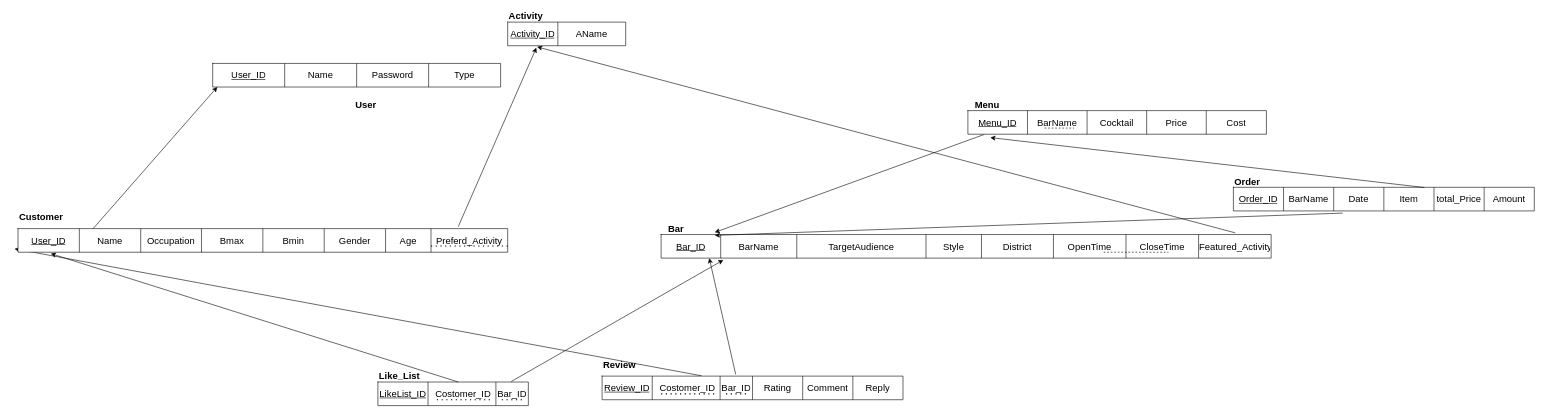
tp12356twNccu/Database_NCCU keeps this draw.io diagram as page "final" (2 of 2) of DBDesign.drawio. Above is the earlier version. Source tidied: cells renumbered, new cells numbered last; positions are measured from the earlier drawing's top-left corner, leaving out a move shared by most shapes. Both pictures are drawn from the tidied source at 59%, with x=0, y=0 at pixel (18, 10).
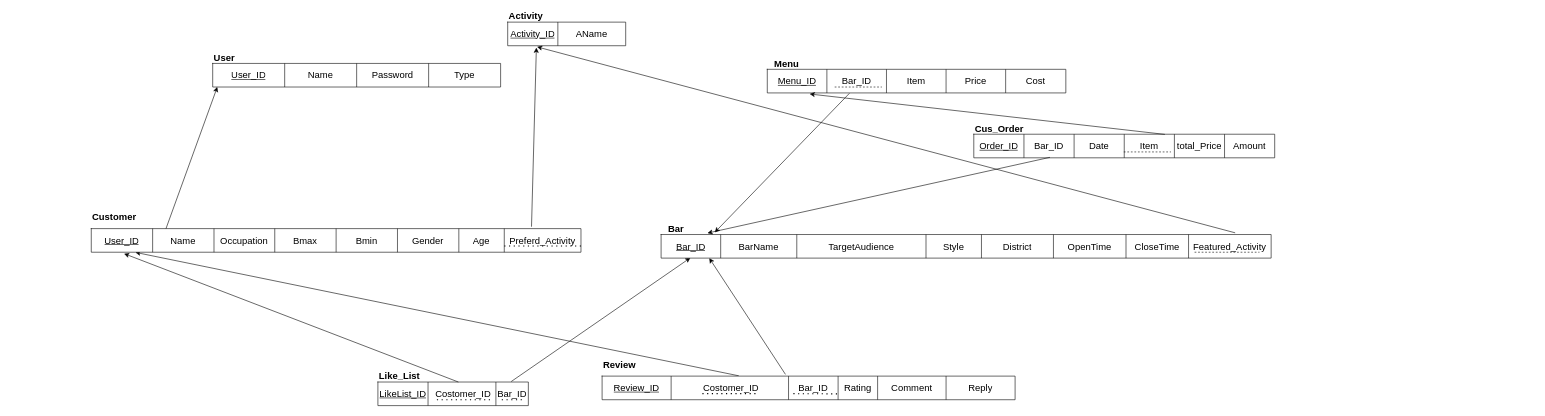
Above is the later version.

The change refers to these unchanged cells:
```xml
<mxCell id="15" style="shape=tableRow;horizontal=0;startSize=0;swimlaneHead=0;swimlaneBody=0;strokeColor=inherit;top=0;left=0;bottom=0;right=0;fillColor=none;points=[[0,0.5],[1,0.5]];portConstraint=eastwest;fontSize=16;" parent="14" vertex="1">
  <mxGeometry width="255" height="40" as="geometry" />
</mxCell>
<mxCell id="41" style="shape=tableRow;horizontal=0;startSize=0;swimlaneHead=0;swimlaneBody=0;strokeColor=inherit;top=0;left=0;bottom=0;right=0;fillColor=none;points=[[0,0.5],[1,0.5]];portConstraint=eastwest;fontSize=16;" parent="40" vertex="1">
  <mxGeometry width="1034" height="40" as="geometry" />
</mxCell>
<mxCell id="55" style="shape=tableRow;horizontal=0;startSize=0;swimlaneHead=0;swimlaneBody=0;strokeColor=inherit;top=0;left=0;bottom=0;right=0;fillColor=none;points=[[0,0.5],[1,0.5]];portConstraint=eastwest;fontSize=16;" parent="54" vertex="1">
  <mxGeometry width="506" height="40" as="geometry" />
</mxCell>
<mxCell id="63" style="shape=tableRow;horizontal=0;startSize=0;swimlaneHead=0;swimlaneBody=0;strokeColor=inherit;top=0;left=0;bottom=0;right=0;fillColor=none;points=[[0,0.5],[1,0.5]];portConstraint=eastwest;fontSize=16;" parent="62" vertex="1">
  <mxGeometry width="510" height="40" as="geometry" />
</mxCell>
<mxCell id="74" style="shape=tableRow;horizontal=0;startSize=0;swimlaneHead=0;swimlaneBody=0;strokeColor=inherit;top=0;left=0;bottom=0;right=0;fillColor=none;points=[[0,0.5],[1,0.5]];portConstraint=eastwest;fontSize=16;" parent="73" vertex="1">
  <mxGeometry width="830" height="40" as="geometry" />
</mxCell>
```

Change to the diagram source:
```diff
@@
     <mxCell id="8" value="User" style="text;strokeColor=none;fillColor=none;html=1;fontSize=16;fontStyle=1;verticalAlign=middle;align=left;" parent="1" vertex="1">
-      <mxGeometry x="570" y="150" width="60" height="20" as="geometry" />
+      <mxGeometry x="330" y="70" width="60" height="20" as="geometry" />
     </mxCell>
     <mxCell id="9" value="Customer" style="text;strokeColor=none;fillColor=none;html=1;fontSize=16;fontStyle=1;verticalAlign=middle;align=left;" parent="1" vertex="1">
-      <mxGeometry y="340" width="60" height="20" as="geometry" />
+      <mxGeometry x="124.2" y="340" width="60" height="20" as="geometry" />
     </mxCell>
@@
-    <mxCell id="11" style="rounded=0;jettySize=auto;html=1;exitX=0.331;exitY=-0.013;exitDx=0;exitDy=0;exitPerimeter=0;entryX=-0.007;entryY=0.855;entryDx=0;entryDy=0;entryPerimeter=0;" parent="1" edge="1" source="25" target="74">
+    <mxCell id="11" style="rounded=0;jettySize=auto;html=1;exitX=0.331;exitY=-0.013;exitDx=0;exitDy=0;exitPerimeter=0;entryX=0.09;entryY=1.005;entryDx=0;entryDy=0;entryPerimeter=0;" parent="1" edge="1" source="25" target="74">
       <mxGeometry relative="1" as="geometry" />
     </mxCell>
@@
-    <mxCell id="23" style="endArrow=classic;html=1;rounded=0;exitX=0.886;exitY=-0.02;exitDx=0;exitDy=0;exitPerimeter=0;entryX=0.102;entryY=1.08;entryDx=0;entryDy=0;entryPerimeter=0;" parent="1" edge="1" source="15" target="41">
+    <mxCell id="23" style="endArrow=classic;html=1;rounded=0;exitX=0.886;exitY=-0.02;exitDx=0;exitDy=0;exitPerimeter=0;entryX=0.048;entryY=0.987;entryDx=0;entryDy=0;entryPerimeter=0;" parent="1" edge="1" source="15" target="41">
       <mxGeometry relative="1" as="geometry" />
     </mxCell>
     <mxCell id="24" style="shape=table;startSize=0;childLayout=tableLayout;fontSize=12;" parent="1" vertex="1">
-      <mxGeometry x="990" y="620" width="510" height="40" as="geometry" />
+      <mxGeometry x="990" y="620" width="700" height="40" as="geometry" />
     </mxCell>
     <mxCell id="25" style="shape=tableRow;horizontal=0;startSize=0;swimlaneHead=0;swimlaneBody=0;strokeColor=inherit;top=0;left=0;bottom=0;right=0;fillColor=none;points=[[0,0.5],[1,0.5]];portConstraint=eastwest;fontSize=16;" parent="24" vertex="1">
-      <mxGeometry width="510" height="40" as="geometry" />
+      <mxGeometry width="700" height="40" as="geometry" />
     </mxCell>
     <mxCell id="26" value="Review_ID" style="shape=partialRectangle;html=1;whiteSpace=wrap;strokeColor=inherit;overflow=hidden;fillColor=none;top=0;left=0;bottom=0;right=0;fontSize=16;fontStyle=4;" parent="25" vertex="1">
-      <mxGeometry width="85" height="40" as="geometry" />
+      <mxGeometry width="117" height="40" as="geometry" />
     </mxCell>
     <mxCell id="27" value="&amp;nbsp;Costomer_ID" style="shape=partialRectangle;html=1;whiteSpace=wrap;strokeColor=inherit;overflow=hidden;fillColor=none;top=0;left=0;bottom=0;right=0;fontSize=16;" parent="25" vertex="1">
-      <mxGeometry x="85" width="115" height="40" as="geometry" />
+      <mxGeometry x="117" width="199" height="40" as="geometry" />
     </mxCell>
     <mxCell id="28" value="Bar_ID" style="shape=partialRectangle;html=1;whiteSpace=wrap;strokeColor=inherit;overflow=hidden;fillColor=none;top=0;left=0;bottom=0;right=0;fontSize=16;" parent="25" vertex="1">
-      <mxGeometry x="200" width="55" height="40" as="geometry" />
+      <mxGeometry x="316" width="84" height="40" as="geometry" />
     </mxCell>
     <mxCell id="29" value="Rating" style="shape=partialRectangle;html=1;whiteSpace=wrap;strokeColor=inherit;overflow=hidden;fillColor=none;top=0;left=0;bottom=0;right=0;fontSize=16;" parent="25" vertex="1">
-      <mxGeometry x="255" width="85" height="40" as="geometry" />
+      <mxGeometry x="400" width="67" height="40" as="geometry" />
     </mxCell>
     <mxCell id="30" value="Comment" style="shape=partialRectangle;html=1;whiteSpace=wrap;strokeColor=inherit;overflow=hidden;fillColor=none;top=0;left=0;bottom=0;right=0;fontSize=16;" parent="25" vertex="1">
-      <mxGeometry x="340" width="85" height="40" as="geometry" />
+      <mxGeometry x="467" width="116" height="40" as="geometry" />
     </mxCell>
     <mxCell id="31" value="Reply" style="shape=partialRectangle;html=1;whiteSpace=wrap;strokeColor=inherit;overflow=hidden;fillColor=none;top=0;left=0;bottom=0;right=0;fontSize=16;" parent="25" vertex="1">
-      <mxGeometry x="425" width="85" height="40" as="geometry" />
+      <mxGeometry x="583" width="117" height="40" as="geometry" />
     </mxCell>
     <mxCell id="32" style="endArrow=none;dashed=1;html=1;dashPattern=1 3;strokeWidth=2;rounded=0;" parent="1" edge="1">
       <mxGeometry relative="1" as="geometry">
-        <mxPoint x="1090" y="650" as="sourcePoint" />
-        <mxPoint x="1180" y="650" as="targetPoint" />
+        <mxPoint x="1160" y="649.6" as="sourcePoint" />
+        <mxPoint x="1250" y="649.6" as="targetPoint" />
       </mxGeometry>
     </mxCell>
-    <mxCell id="33" style="endArrow=none;dashed=1;html=1;dashPattern=1 3;strokeWidth=2;rounded=0;" parent="1" edge="1">
-      <mxGeometry relative="1" as="geometry">
-        <mxPoint x="1200" y="650" as="sourcePoint" />
-        <mxPoint x="1240" y="650" as="targetPoint" />
-      </mxGeometry>
-    </mxCell>
@@
     <mxCell id="48" value="CloseTime" style="shape=partialRectangle;html=1;whiteSpace=wrap;strokeColor=inherit;overflow=hidden;fillColor=none;top=0;left=0;bottom=0;right=0;fontSize=16;" parent="41" vertex="1">
-      <mxGeometry x="788" width="123" height="40" as="geometry" />
+      <mxGeometry x="788" width="106" height="40" as="geometry" />
     </mxCell>
     <mxCell id="49" value="Featured_Activity" style="shape=partialRectangle;html=1;whiteSpace=wrap;strokeColor=inherit;overflow=hidden;fillColor=none;top=0;left=0;bottom=0;right=0;fontSize=16;" parent="41" vertex="1">
-      <mxGeometry x="911" width="123" height="40" as="geometry" />
+      <mxGeometry x="894" width="140" height="40" as="geometry" />
     </mxCell>
@@
     <mxCell id="51" style="endArrow=none;dashed=1;html=1;rounded=0;" parent="1" edge="1">
       <mxGeometry relative="1" as="geometry">
-        <mxPoint x="1840" y="410" as="sourcePoint" />
-        <mxPoint x="1950" y="410" as="targetPoint" />
+        <mxPoint x="1994.2" y="410" as="sourcePoint" />
+        <mxPoint x="2104.2" y="410" as="targetPoint" />
       </mxGeometry>
     </mxCell>
-    <mxCell id="52" style="endArrow=classic;html=1;rounded=0;strokeColor=default;align=center;verticalAlign=middle;fontFamily=Helvetica;fontSize=11;fontColor=default;labelBackgroundColor=default;entryX=0.088;entryY=-0.092;entryDx=0;entryDy=0;entryPerimeter=0;exitX=0.055;exitY=1.008;exitDx=0;exitDy=0;exitPerimeter=0;" parent="1" edge="1" source="55" target="41">
+    <mxCell id="52" style="endArrow=classic;html=1;rounded=0;strokeColor=default;align=center;verticalAlign=middle;fontFamily=Helvetica;fontSize=11;fontColor=default;labelBackgroundColor=default;entryX=0.088;entryY=-0.092;entryDx=0;entryDy=0;entryPerimeter=0;exitX=0.275;exitY=1.018;exitDx=0;exitDy=0;exitPerimeter=0;" parent="1" edge="1" source="55" target="41">
       <mxGeometry relative="1" as="geometry" />
     </mxCell>
     <mxCell id="53" value="Menu" style="text;strokeColor=none;fillColor=none;html=1;fontSize=16;fontStyle=1;verticalAlign=middle;align=left;" parent="1" vertex="1">
-      <mxGeometry x="1620" y="150" width="60" height="20" as="geometry" />
+      <mxGeometry x="1280" y="80" width="60" height="20" as="geometry" />
     </mxCell>
     <mxCell id="54" style="shape=table;startSize=0;childLayout=tableLayout;fontSize=16;" parent="1" vertex="1">
-      <mxGeometry x="1610" y="170" width="506" height="40" as="geometry" />
+      <mxGeometry x="1270" y="100" width="506" height="40" as="geometry" />
     </mxCell>
@@
-    <mxCell id="57" value="BarName" style="shape=partialRectangle;html=1;whiteSpace=wrap;strokeColor=inherit;overflow=hidden;fillColor=none;top=0;left=0;bottom=0;right=0;fontSize=16;" parent="55" vertex="1">
+    <mxCell id="57" value="Bar_ID" style="shape=partialRectangle;html=1;whiteSpace=wrap;strokeColor=inherit;overflow=hidden;fillColor=none;top=0;left=0;bottom=0;right=0;fontSize=16;" parent="55" vertex="1">
       <mxGeometry x="101" width="101" height="40" as="geometry" />
     </mxCell>
-    <mxCell id="58" value="Cocktail" style="shape=partialRectangle;html=1;whiteSpace=wrap;strokeColor=inherit;overflow=hidden;fillColor=none;top=0;left=0;bottom=0;right=0;fontSize=16;" parent="55" vertex="1">
+    <mxCell id="58" value="Item" style="shape=partialRectangle;html=1;whiteSpace=wrap;strokeColor=inherit;overflow=hidden;fillColor=none;top=0;left=0;bottom=0;right=0;fontSize=16;" parent="55" vertex="1">
       <mxGeometry x="202" width="101" height="40" as="geometry" />
     </mxCell>
@@
     <mxCell id="61" style="endArrow=none;dashed=1;html=1;rounded=0;strokeColor=default;align=center;verticalAlign=middle;fontFamily=Helvetica;fontSize=11;fontColor=default;labelBackgroundColor=default;" parent="1" edge="1">
       <mxGeometry relative="1" as="geometry">
-        <mxPoint x="1740" y="199.6" as="sourcePoint" />
-        <mxPoint x="1790" y="199.6" as="targetPoint" />
+        <mxPoint x="1724.2" y="240" as="sourcePoint" />
+        <mxPoint x="1774.2" y="240" as="targetPoint" />
       </mxGeometry>
     </mxCell>
     <mxCell id="62" style="shape=table;startSize=0;childLayout=tableLayout;fontSize=16;" parent="1" vertex="1">
-      <mxGeometry x="2060" y="300" width="510" height="40" as="geometry" />
+      <mxGeometry x="1620" y="210" width="510" height="40" as="geometry" />
     </mxCell>
@@
-    <mxCell id="65" value="BarName" style="shape=partialRectangle;html=1;whiteSpace=wrap;strokeColor=inherit;overflow=hidden;fillColor=none;top=0;left=0;bottom=0;right=0;fontSize=16;" parent="63" vertex="1">
+    <mxCell id="65" value="Bar_ID" style="shape=partialRectangle;html=1;whiteSpace=wrap;strokeColor=inherit;overflow=hidden;fillColor=none;top=0;left=0;bottom=0;right=0;fontSize=16;" parent="63" vertex="1">
       <mxGeometry x="85" width="85" height="40" as="geometry" />
     </mxCell>
@@
-    <mxCell id="70" value="Order" style="text;strokeColor=none;fillColor=none;html=1;fontSize=16;fontStyle=1;verticalAlign=middle;align=left;" parent="1" vertex="1">
-      <mxGeometry x="2060" y="280" width="60" height="20" as="geometry" />
+    <mxCell id="70" value="Cus_Order" style="text;strokeColor=none;fillColor=none;html=1;fontSize=16;fontStyle=1;verticalAlign=middle;align=left;" parent="1" vertex="1">
+      <mxGeometry x="1620" y="190" width="60" height="20" as="geometry" />
     </mxCell>
-    <mxCell id="71" style="endArrow=classic;html=1;rounded=0;strokeColor=default;align=center;verticalAlign=middle;fontFamily=Helvetica;fontSize=11;fontColor=default;labelBackgroundColor=default;exitX=0.363;exitY=1.093;exitDx=0;exitDy=0;exitPerimeter=0;entryX=0.088;entryY=0.036;entryDx=0;entryDy=0;entryPerimeter=0;" parent="1" edge="1" source="63" target="41">
+    <mxCell id="71" style="endArrow=classic;html=1;rounded=0;strokeColor=default;align=center;verticalAlign=middle;fontFamily=Helvetica;fontSize=11;fontColor=default;labelBackgroundColor=default;exitX=0.253;exitY=0.98;exitDx=0;exitDy=0;exitPerimeter=0;entryX=0.076;entryY=-0.061;entryDx=0;entryDy=0;entryPerimeter=0;" parent="1" edge="1" source="63" target="41">
       <mxGeometry relative="1" as="geometry" />
     </mxCell>
-    <mxCell id="72" style="endArrow=classic;html=1;rounded=0;strokeColor=default;align=center;verticalAlign=middle;fontFamily=Helvetica;fontSize=11;fontColor=default;labelBackgroundColor=default;exitX=0.635;exitY=0.007;exitDx=0;exitDy=0;exitPerimeter=0;entryX=0.075;entryY=1.143;entryDx=0;entryDy=0;entryPerimeter=0;" parent="1" edge="1" source="63" target="55">
+    <mxCell id="72" style="endArrow=classic;html=1;rounded=0;strokeColor=default;align=center;verticalAlign=middle;fontFamily=Helvetica;fontSize=11;fontColor=default;labelBackgroundColor=default;exitX=0.635;exitY=0.007;exitDx=0;exitDy=0;exitPerimeter=0;entryX=0.142;entryY=1.045;entryDx=0;entryDy=0;entryPerimeter=0;" parent="1" edge="1" source="63" target="55">
       <mxGeometry relative="1" as="geometry" />
     </mxCell>
     <mxCell id="73" style="shape=table;startSize=0;childLayout=tableLayout;fontSize=12;" parent="1" vertex="1">
-      <mxGeometry y="370" width="830" height="40" as="geometry" />
+      <mxGeometry x="124.2" y="370" width="830" height="40" as="geometry" />
     </mxCell>
@@
     <mxCell id="83" style="endArrow=none;dashed=1;html=1;rounded=0;dashPattern=1 3;strokeWidth=2;" parent="1" edge="1">
       <mxGeometry relative="1" as="geometry">
-        <mxPoint x="700" y="399.5" as="sourcePoint" />
-        <mxPoint x="830" y="399.5" as="targetPoint" />
+        <mxPoint x="824.2" y="399.5" as="sourcePoint" />
+        <mxPoint x="954.2" y="399.5" as="targetPoint" />
       </mxGeometry>
     </mxCell>
@@
+    <mxCell id="85" style="endArrow=none;dashed=1;html=1;rounded=0;" parent="1" edge="1">
+      <mxGeometry relative="1" as="geometry">
+        <mxPoint x="1874.2" y="240" as="sourcePoint" />
+        <mxPoint x="1954.2" y="240" as="targetPoint" />
+      </mxGeometry>
+    </mxCell>
+    <mxCell id="86" style="endArrow=none;dashed=1;html=1;dashPattern=1 3;strokeWidth=2;rounded=0;" parent="1" edge="1">
+      <mxGeometry relative="1" as="geometry">
+        <mxPoint x="1314.2" y="649.8" as="sourcePoint" />
+        <mxPoint x="1394.2" y="650" as="targetPoint" />
+      </mxGeometry>
+    </mxCell>
+    <mxCell id="87" style="endArrow=none;dashed=1;html=1;rounded=0;" parent="1" edge="1">
+      <mxGeometry relative="1" as="geometry">
+        <mxPoint x="1384.2" y="130" as="sourcePoint" />
+        <mxPoint x="1464.2" y="130" as="targetPoint" />
+      </mxGeometry>
+    </mxCell>
```
